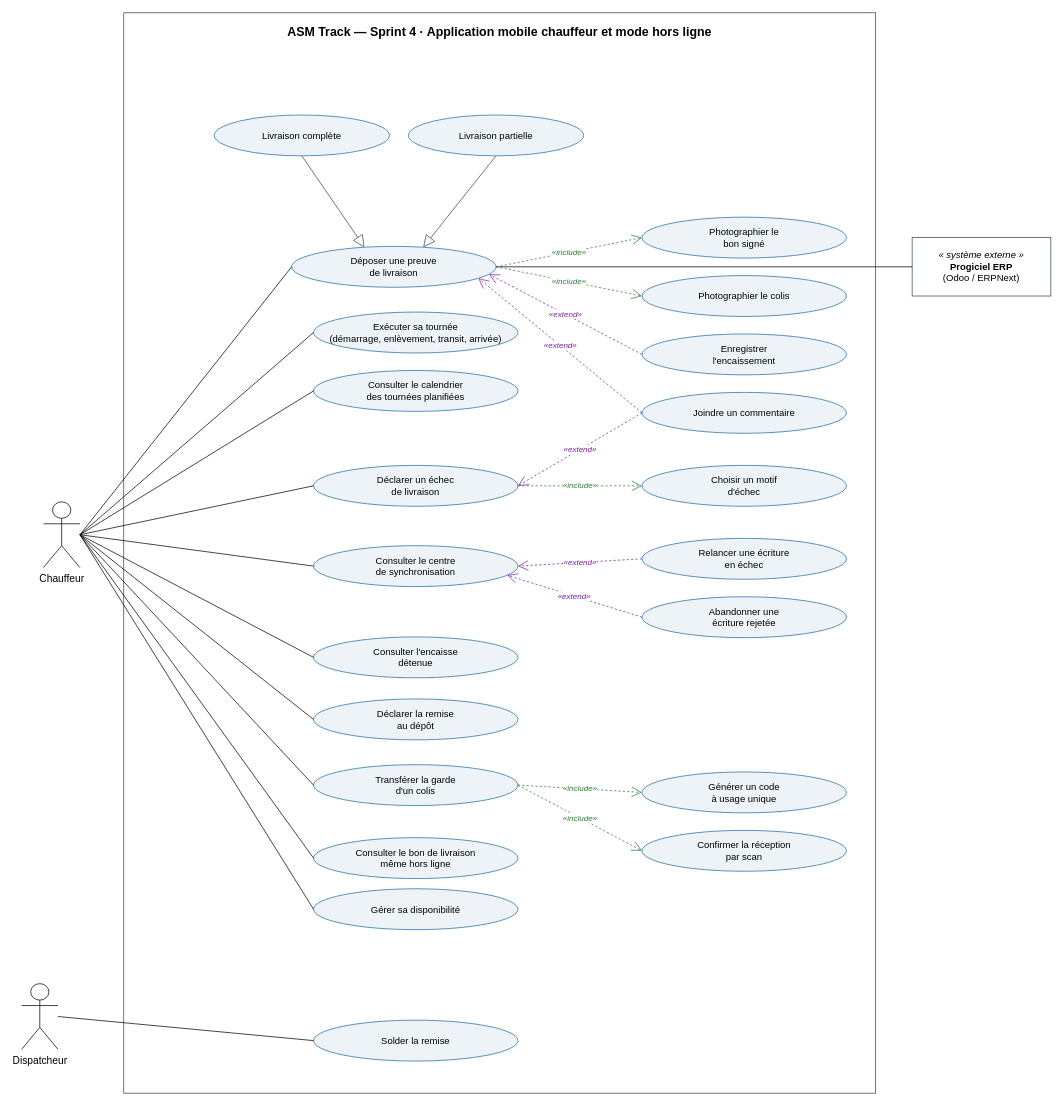
Earlier version of the draw.io diagram diagrams/drawio/Sprint4/ucSprint4.drawio (Moaziz667/asm-track). Source tidied: cells renumbered, new cells numbered last; positions are measured from the earlier drawing's top-left corner, leaving out a move shared by most shapes. Both pictures are drawn from the tidied source at 73%, with x=0, y=0 at pixel (21, 12).
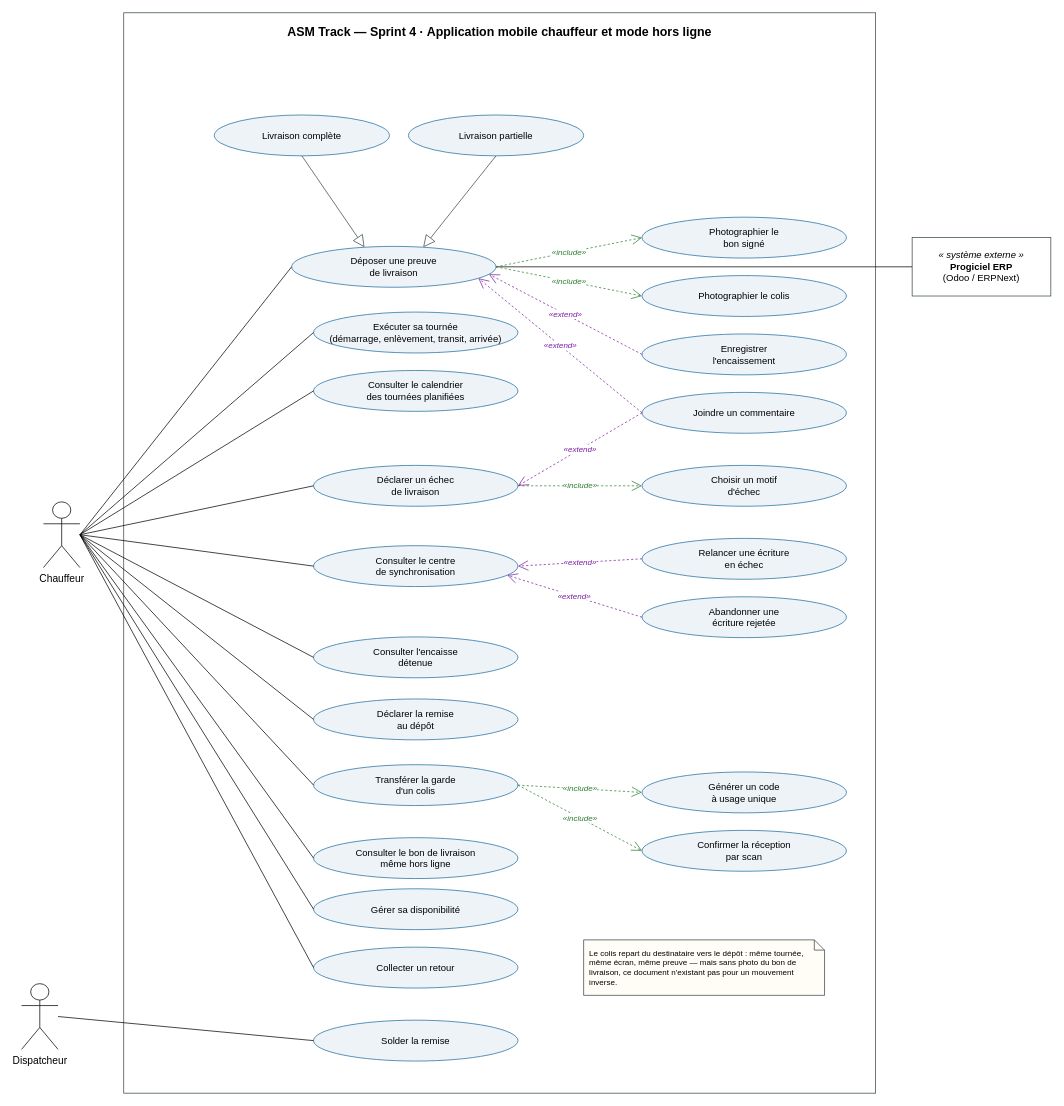
The same page after the edit.

Commit message (it also covers changes not shown here):
feat(sprint4): la collecte de retour rejoint le sprint mobile

Unchanged cells that the change refers to:
```xml
<mxCell id="3" value="Chauffeur" style="shape=umlActor;verticalLabelPosition=bottom;verticalAlign=top;html=1;outlineConnect=0;fontSize=14;" parent="1" vertex="1">
  <mxGeometry x="30" y="670" width="50" height="90" as="geometry" />
</mxCell>
```

Change to the diagram source:
```diff
@@
+    <mxCell id="52" value="Collecter un retour" style="ellipse;whiteSpace=wrap;html=1;fillColor=#EEF3F8;strokeColor=#1F6CA0;fontSize=13;" parent="1" vertex="1">
+      <mxGeometry x="400" y="1280" width="280" height="56" as="geometry" />
+    </mxCell>
+    <mxCell id="53" style="html=1;endArrow=none;rounded=0;exitX=1;exitY=0.5;entryX=0;entryY=0.5;" parent="1" edge="1" source="3" target="52">
+      <mxGeometry relative="1" as="geometry" />
+    </mxCell>
+    <mxCell id="54" value="Le colis repart du destinataire vers le dépôt : même tournée,&#10;même écran, même preuve — mais sans photo du bon de&#10;livraison, ce document n'existant pas pour un mouvement inverse." style="shape=note;whiteSpace=wrap;html=1;size=14;fillColor=#FFFDF5;strokeColor=#37474F;fontSize=11;align=left;spacingLeft=6;spacingRight=6;verticalAlign=middle;" parent="1" vertex="1">
+      <mxGeometry x="770" y="1270" width="330" height="76" as="geometry" />
+    </mxCell>
```
